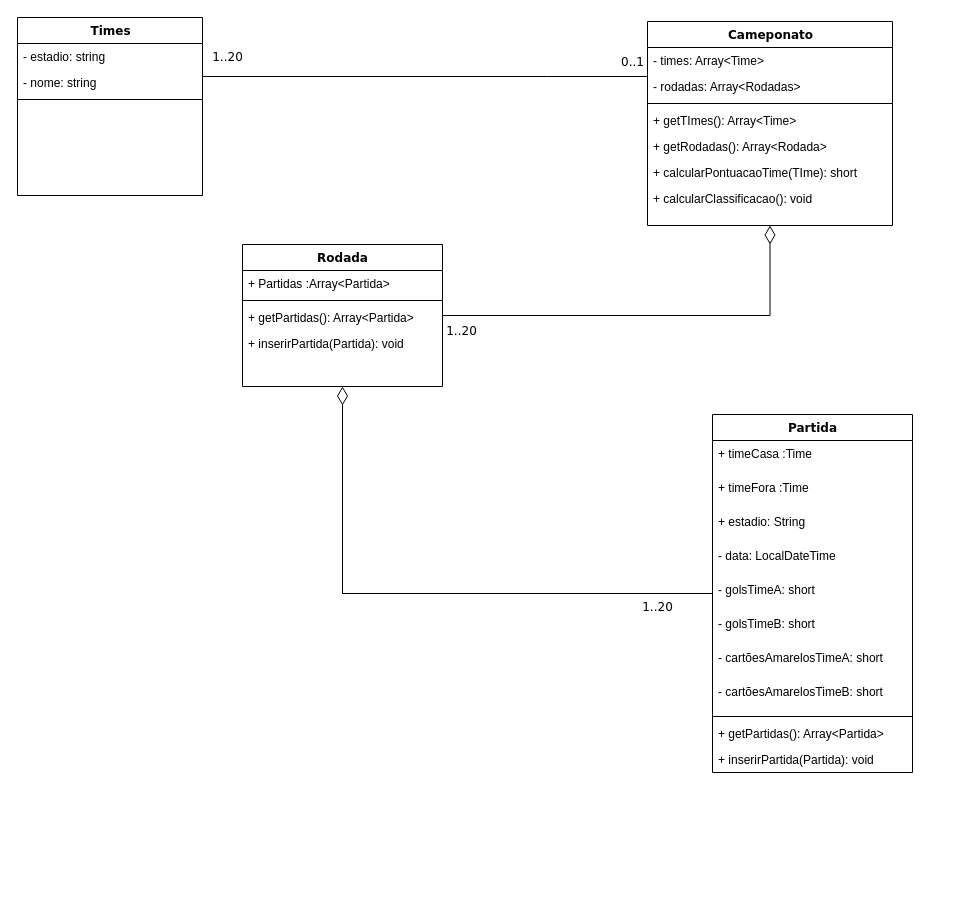
Earlier version of the draw.io diagram diagrama_classes.drawio (pedrosena21/tppe-trabalho1). Source tidied: cells renumbered, new cells numbered last; positions are measured from the earlier drawing's top-left corner, leaving out a move shared by most shapes. Both pictures are drawn from the tidied source at 100%, with x=0, y=0 at pixel (17, 17).
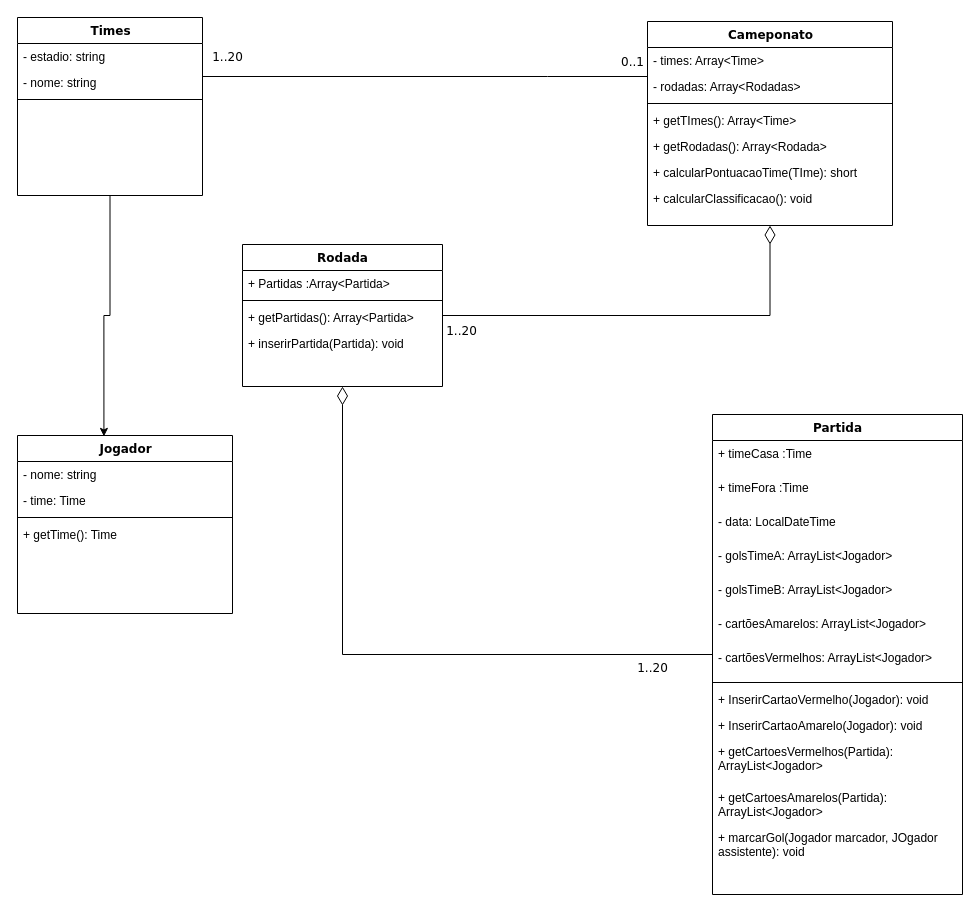
The same page after the edit.

Commit message (it also covers changes not shown here):
TDD - Partida

Unchanged cells that the change refers to:
```xml
<mxCell id="2" value="Times" style="swimlane;html=1;fontStyle=1;align=center;verticalAlign=top;horizontal=1;startSize=26;swimlaneFillColor=#ffffff;rounded=0;shadow=0;comic=0;labelBackgroundColor=none;strokeWidth=1;fillColor=none;fontFamily=Verdana;fontSize=12;" parent="1" vertex="1">
  <mxGeometry width="185" height="178" as="geometry" />
</mxCell>
```

The edit, as a diff of the source:
```diff
@@
     <mxCell id="26" value="Partida" style="swimlane;html=1;fontStyle=1;align=center;verticalAlign=top;horizontal=1;startSize=26;swimlaneFillColor=#ffffff;rounded=0;shadow=0;comic=0;labelBackgroundColor=none;strokeWidth=1;fillColor=none;fontFamily=Verdana;fontSize=12;" parent="1" vertex="1">
-      <mxGeometry x="695" y="397" width="200" height="358" as="geometry" />
+      <mxGeometry x="695" y="397" width="250" height="480" as="geometry" />
     </mxCell>
     <mxCell id="27" value="+ timeCasa :Time&lt;div&gt;&lt;br&gt;&lt;/div&gt;" style="text;html=1;strokeColor=none;fillColor=none;align=left;verticalAlign=top;spacingLeft=4;spacingRight=4;whiteSpace=wrap;overflow=hidden;labelBackgroundColor=none;" parent="26" vertex="1">
-      <mxGeometry y="26" width="200" height="34" as="geometry" />
+      <mxGeometry y="26" width="250" height="34" as="geometry" />
     </mxCell>
     <mxCell id="28" value="+ timeFora :Time&lt;div&gt;&lt;br&gt;&lt;/div&gt;" style="text;html=1;strokeColor=none;fillColor=none;align=left;verticalAlign=top;spacingLeft=4;spacingRight=4;whiteSpace=wrap;overflow=hidden;labelBackgroundColor=none;" parent="26" vertex="1">
-      <mxGeometry y="60" width="200" height="34" as="geometry" />
+      <mxGeometry y="60" width="250" height="34" as="geometry" />
     </mxCell>
-    <mxCell id="29" value="+ estadio: String&lt;div&gt;&lt;br&gt;&lt;/div&gt;" style="text;html=1;strokeColor=none;fillColor=none;align=left;verticalAlign=top;spacingLeft=4;spacingRight=4;whiteSpace=wrap;overflow=hidden;labelBackgroundColor=none;" parent="26" vertex="1">
-      <mxGeometry y="94" width="200" height="34" as="geometry" />
-    </mxCell>
     <mxCell id="30" value="&lt;div&gt;- data: LocalDateTime&lt;/div&gt;" style="text;html=1;strokeColor=none;fillColor=none;align=left;verticalAlign=top;spacingLeft=4;spacingRight=4;whiteSpace=wrap;overflow=hidden;labelBackgroundColor=none;" parent="26" vertex="1">
-      <mxGeometry y="128" width="200" height="34" as="geometry" />
+      <mxGeometry y="94" width="250" height="34" as="geometry" />
     </mxCell>
-    <mxCell id="31" value="&lt;div&gt;- golsTimeA: short&amp;nbsp;&lt;/div&gt;" style="text;html=1;strokeColor=none;fillColor=none;align=left;verticalAlign=top;spacingLeft=4;spacingRight=4;whiteSpace=wrap;overflow=hidden;labelBackgroundColor=none;" parent="26" vertex="1">
-      <mxGeometry y="162" width="200" height="34" as="geometry" />
+    <mxCell id="31" value="&lt;div&gt;- golsTimeA: ArrayList&amp;lt;Jogador&amp;gt;&amp;nbsp;&amp;nbsp;&lt;/div&gt;" style="text;html=1;strokeColor=none;fillColor=none;align=left;verticalAlign=top;spacingLeft=4;spacingRight=4;whiteSpace=wrap;overflow=hidden;labelBackgroundColor=none;" parent="26" vertex="1">
+      <mxGeometry y="128" width="250" height="34" as="geometry" />
     </mxCell>
-    <mxCell id="32" value="&lt;div&gt;- golsTimeB: short&amp;nbsp;&lt;/div&gt;" style="text;html=1;strokeColor=none;fillColor=none;align=left;verticalAlign=top;spacingLeft=4;spacingRight=4;whiteSpace=wrap;overflow=hidden;labelBackgroundColor=none;" parent="26" vertex="1">
-      <mxGeometry y="196" width="200" height="34" as="geometry" />
+    <mxCell id="32" value="&lt;div&gt;- golsTimeB: ArrayList&amp;lt;Jogador&amp;gt;&amp;nbsp;&amp;nbsp;&lt;/div&gt;" style="text;html=1;strokeColor=none;fillColor=none;align=left;verticalAlign=top;spacingLeft=4;spacingRight=4;whiteSpace=wrap;overflow=hidden;labelBackgroundColor=none;" parent="26" vertex="1">
+      <mxGeometry y="162" width="250" height="34" as="geometry" />
     </mxCell>
-    <mxCell id="33" value="&lt;div&gt;- cartõesAmarelosTimeA: short&amp;nbsp;&lt;/div&gt;" style="text;html=1;strokeColor=none;fillColor=none;align=left;verticalAlign=top;spacingLeft=4;spacingRight=4;whiteSpace=wrap;overflow=hidden;labelBackgroundColor=none;" parent="26" vertex="1">
-      <mxGeometry y="230" width="200" height="34" as="geometry" />
+    <mxCell id="33" value="&lt;div&gt;- cartõesAmarelos: ArrayList&amp;lt;Jogador&amp;gt;&amp;nbsp;&lt;/div&gt;" style="text;html=1;strokeColor=none;fillColor=none;align=left;verticalAlign=top;spacingLeft=4;spacingRight=4;whiteSpace=wrap;overflow=hidden;labelBackgroundColor=none;" parent="26" vertex="1">
+      <mxGeometry y="196" width="250" height="34" as="geometry" />
     </mxCell>
-    <mxCell id="34" value="&lt;div&gt;- cartõesAmarelosTimeB: short&amp;nbsp;&lt;/div&gt;" style="text;html=1;strokeColor=none;fillColor=none;align=left;verticalAlign=top;spacingLeft=4;spacingRight=4;whiteSpace=wrap;overflow=hidden;labelBackgroundColor=none;" parent="26" vertex="1">
-      <mxGeometry y="264" width="200" height="34" as="geometry" />
+    <mxCell id="34" value="- cartõesVermelhos: ArrayList&amp;lt;Jogador&amp;gt;" style="text;html=1;strokeColor=none;fillColor=none;align=left;verticalAlign=top;spacingLeft=4;spacingRight=4;whiteSpace=wrap;overflow=hidden;labelBackgroundColor=none;" parent="26" vertex="1">
+      <mxGeometry y="230" width="250" height="34" as="geometry" />
     </mxCell>
     <mxCell id="35" style="line;html=1;strokeWidth=1;fillColor=none;align=left;verticalAlign=middle;spacingTop=-1;spacingLeft=3;spacingRight=3;labelPosition=right;labelBackgroundColor=none;" parent="26" vertex="1">
-      <mxGeometry y="298" width="200" height="8" as="geometry" />
+      <mxGeometry y="264" width="250" height="8" as="geometry" />
     </mxCell>
-    <mxCell id="36" value="+ getPartidas(): Array&amp;lt;Partida&amp;gt;" style="text;html=1;strokeColor=none;fillColor=none;align=left;verticalAlign=top;spacingLeft=4;spacingRight=4;whiteSpace=wrap;overflow=hidden;labelBackgroundColor=none;" parent="26" vertex="1">
-      <mxGeometry y="306" width="200" height="26" as="geometry" />
+    <mxCell id="36" value="+ InserirCartaoVermelho(Jogador): void" style="text;html=1;strokeColor=none;fillColor=none;align=left;verticalAlign=top;spacingLeft=4;spacingRight=4;whiteSpace=wrap;overflow=hidden;labelBackgroundColor=none;" parent="26" vertex="1">
+      <mxGeometry y="272" width="250" height="26" as="geometry" />
     </mxCell>
+    <mxCell id="38" value="+ InserirCartaoAmarelo(Jogador): void" style="text;html=1;strokeColor=none;fillColor=none;align=left;verticalAlign=top;spacingLeft=4;spacingRight=4;whiteSpace=wrap;overflow=hidden;labelBackgroundColor=none;" parent="26" vertex="1">
+      <mxGeometry y="298" width="250" height="26" as="geometry" />
+    </mxCell>
-    <mxCell id="37" value="+ inserirPartida(Partida): void" style="text;html=1;strokeColor=none;fillColor=none;align=left;verticalAlign=top;spacingLeft=4;spacingRight=4;whiteSpace=wrap;overflow=hidden;labelBackgroundColor=none;" parent="26" vertex="1">
-      <mxGeometry y="332" width="200" height="26" as="geometry" />
+    <mxCell id="37" value="+ getCartoesVermelhos(Partida): ArrayList&amp;lt;Jogador&amp;gt;&lt;div&gt;&lt;br&gt;&lt;/div&gt;" style="text;html=1;strokeColor=none;fillColor=none;align=left;verticalAlign=top;spacingLeft=4;spacingRight=4;whiteSpace=wrap;overflow=hidden;labelBackgroundColor=none;" parent="26" vertex="1">
+      <mxGeometry y="324" width="250" height="46" as="geometry" />
     </mxCell>
+    <mxCell id="39" value="+ getCartoesAmarelos(Partida): ArrayList&amp;lt;Jogador&amp;gt;&lt;div&gt;&lt;br&gt;&lt;/div&gt;" style="text;html=1;strokeColor=none;fillColor=none;align=left;verticalAlign=top;spacingLeft=4;spacingRight=4;whiteSpace=wrap;overflow=hidden;labelBackgroundColor=none;" parent="26" vertex="1">
+      <mxGeometry y="370" width="250" height="40" as="geometry" />
+    </mxCell>
+    <mxCell id="40" value="+ marcarGol(Jogador marcador, JOgador assistente): void&lt;div&gt;&lt;br&gt;&lt;/div&gt;" style="text;html=1;strokeColor=none;fillColor=none;align=left;verticalAlign=top;spacingLeft=4;spacingRight=4;whiteSpace=wrap;overflow=hidden;labelBackgroundColor=none;" parent="26" vertex="1">
+      <mxGeometry y="410" width="250" height="70" as="geometry" />
+    </mxCell>
+    <mxCell id="41" value="Jogador" style="swimlane;html=1;fontStyle=1;align=center;verticalAlign=top;horizontal=1;startSize=26;swimlaneFillColor=#ffffff;rounded=0;shadow=0;comic=0;labelBackgroundColor=none;strokeWidth=1;fillColor=none;fontFamily=Verdana;fontSize=12;" parent="1" vertex="1">
+      <mxGeometry y="418" width="215" height="178" as="geometry" />
+    </mxCell>
+    <mxCell id="42" value="- nome&lt;span style=&quot;background-color: transparent; color: light-dark(rgb(0, 0, 0), rgb(255, 255, 255));&quot;&gt;: string&lt;/span&gt;" style="text;html=1;strokeColor=none;fillColor=none;align=left;verticalAlign=top;spacingLeft=4;spacingRight=4;whiteSpace=wrap;overflow=hidden;labelBackgroundColor=none;" parent="41" vertex="1">
+      <mxGeometry y="26" width="215" height="26" as="geometry" />
+    </mxCell>
+    <mxCell id="43" value="- time: Time" style="text;html=1;strokeColor=none;fillColor=none;align=left;verticalAlign=top;spacingLeft=4;spacingRight=4;whiteSpace=wrap;overflow=hidden;labelBackgroundColor=none;" parent="41" vertex="1">
+      <mxGeometry y="52" width="215" height="26" as="geometry" />
+    </mxCell>
+    <mxCell id="44" style="line;html=1;strokeWidth=1;fillColor=none;align=left;verticalAlign=middle;spacingTop=-1;spacingLeft=3;spacingRight=3;labelPosition=right;labelBackgroundColor=none;" parent="41" vertex="1">
+      <mxGeometry y="78" width="215" height="8" as="geometry" />
+    </mxCell>
+    <mxCell id="45" value="+ getTime(): Time" style="text;html=1;strokeColor=none;fillColor=none;align=left;verticalAlign=top;spacingLeft=4;spacingRight=4;whiteSpace=wrap;overflow=hidden;labelBackgroundColor=none;" parent="41" vertex="1">
+      <mxGeometry y="86" width="215" height="24" as="geometry" />
+    </mxCell>
+    <mxCell id="46" style="edgeStyle=orthogonalEdgeStyle;rounded=0;jettySize=auto;html=1;entryX=0.402;entryY=0.005;entryDx=0;entryDy=0;entryPerimeter=0;" parent="1" edge="1" source="2" target="41">
+      <mxGeometry relative="1" as="geometry" />
+    </mxCell>
```
